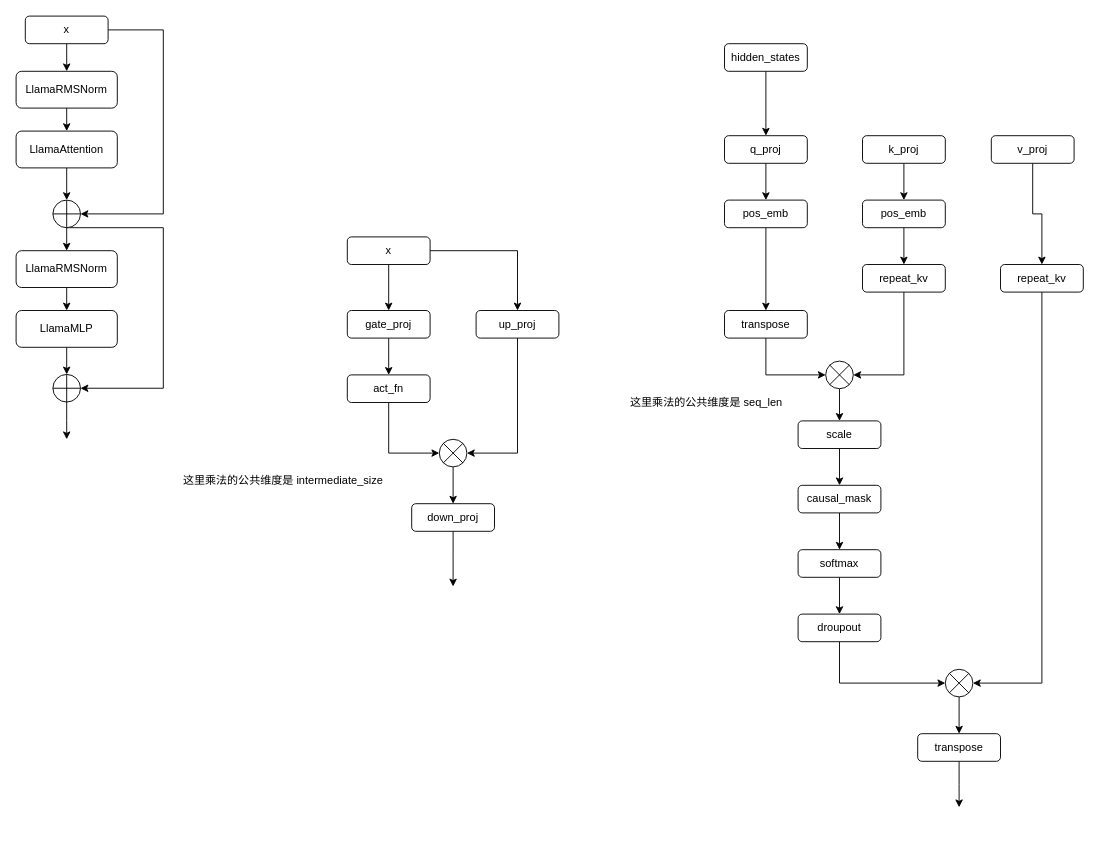
This is page "第 1 页" (1 of 2) of src/transformers/models/llama/llama-arch.drawio from wanakiki/transformers, a draw.io file, before an edit. Source tidied: cells renumbered, new cells numbered last; positions are measured from the earlier drawing's top-left corner, leaving out a move shared by most shapes. Both pictures are drawn from the tidied source at 92%, with x=0, y=0 at pixel (16, 16).
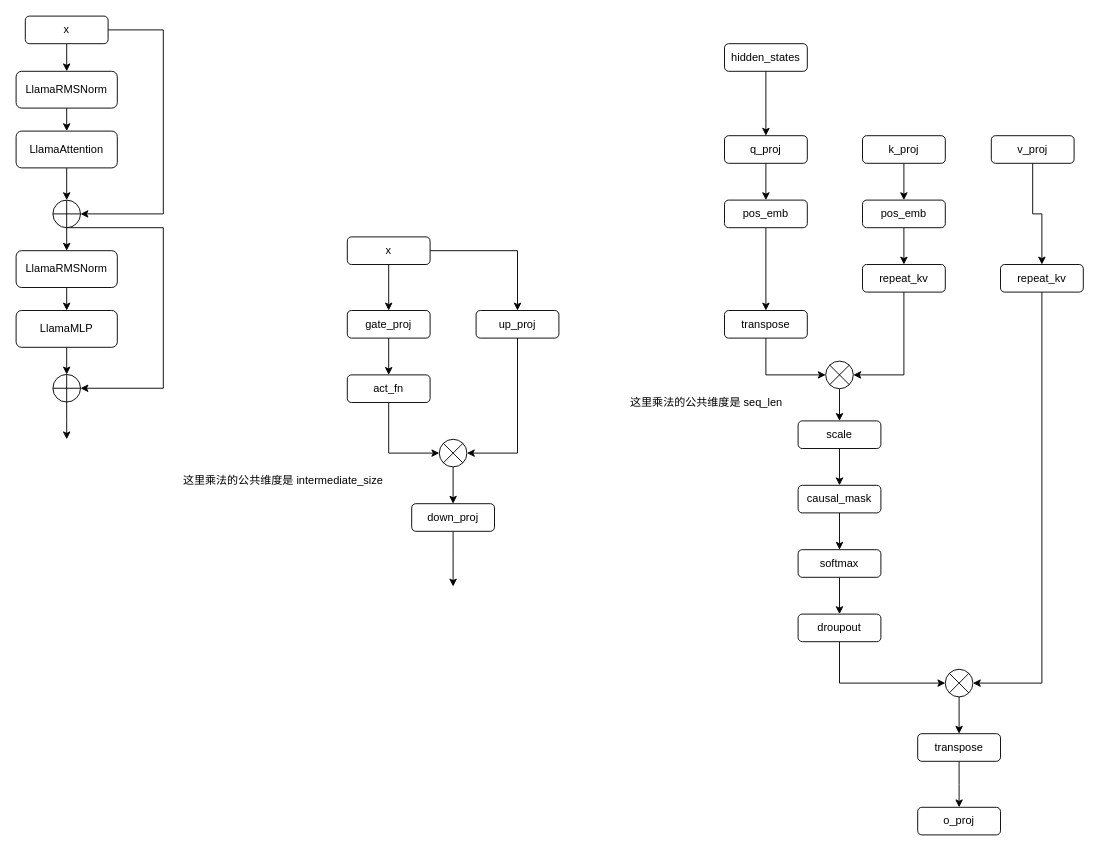
Above is the later version.

Change to the diagram source:
```diff
@@
+    <mxCell id="65" value="o_proj" style="rounded=1;whiteSpace=wrap;html=1;" parent="1" vertex="1">
+      <mxGeometry x="980" y="860" width="90" height="30" as="geometry" />
+    </mxCell>
```
